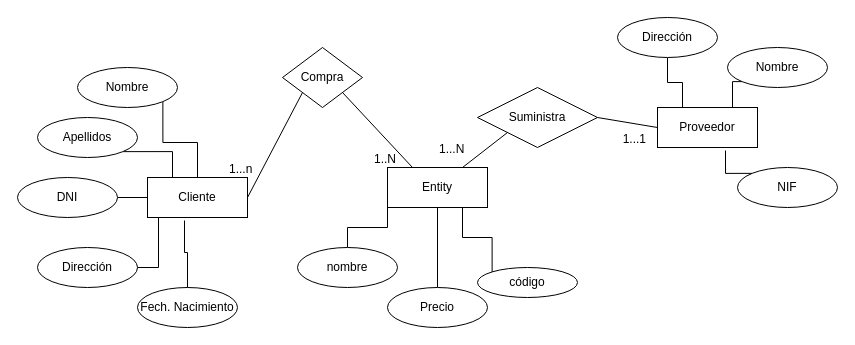
The draw.io diagram Ejercicio1.drawio in madevianaGH/BDI, before the edit. Source tidied: cells renumbered, new cells numbered last; positions are measured from the earlier drawing's top-left corner, leaving out a move shared by most shapes. Both pictures are drawn from the tidied source at 100%, with x=0, y=0 at pixel (17, 17).
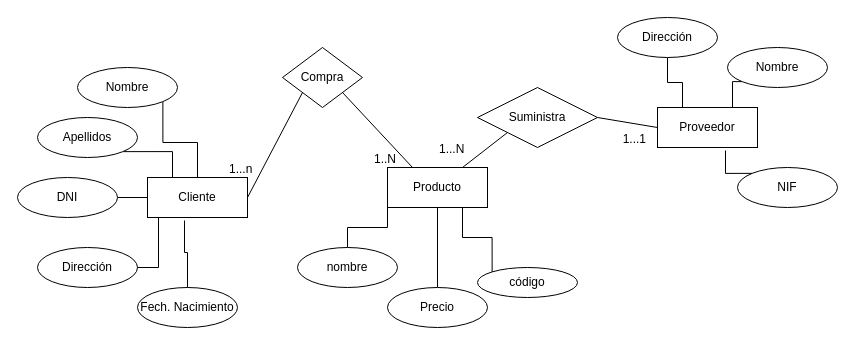
The same page after the edit.

Commit message:
Actualizado esta vez final Ejercicio1.drawio

What changed in the source:
```diff
@@
-    <mxCell id="34" value="Entity" style="whiteSpace=wrap;html=1;align=center;" parent="1" vertex="1">
+    <mxCell id="34" value="Producto" style="whiteSpace=wrap;html=1;align=center;" parent="1" vertex="1">
       <mxGeometry x="370" y="150" width="100" height="40" as="geometry" />
     </mxCell>
```
